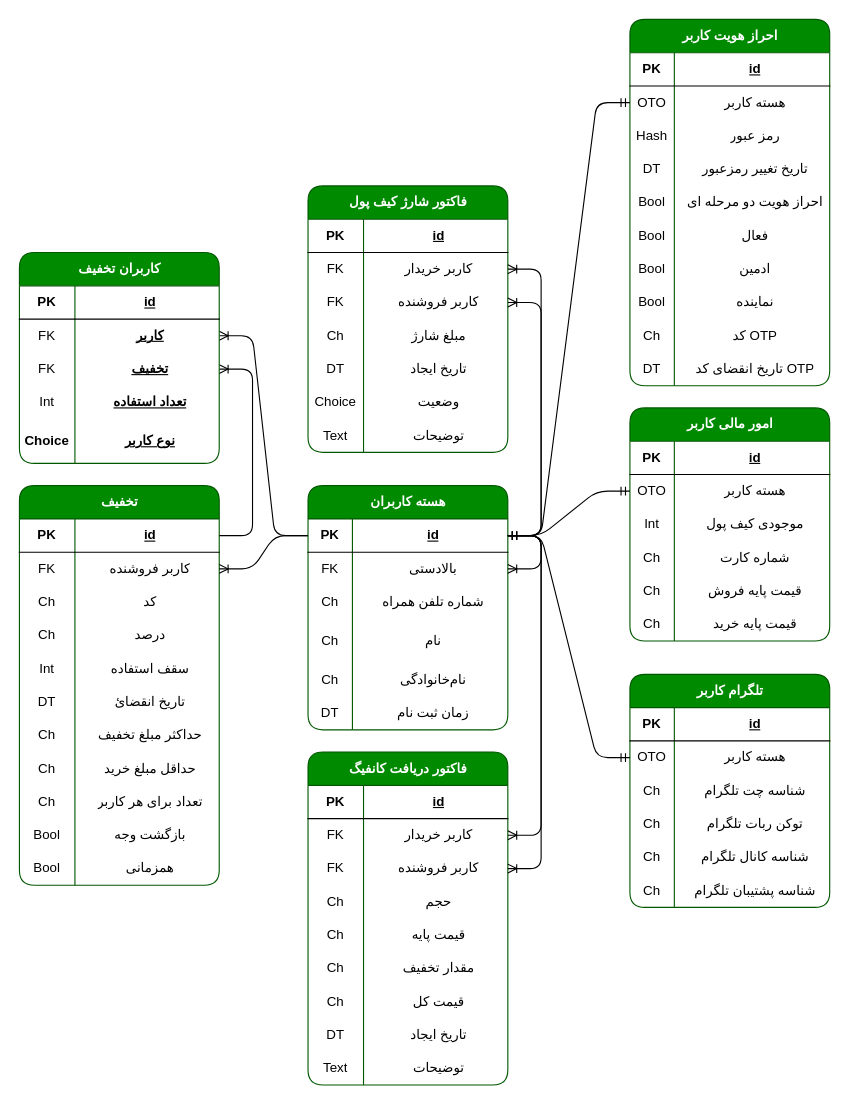
Above: DBMap.drawio in rasraz/representative_panel (draw.io), before the change. Source tidied: cells renumbered, new cells numbered last; positions are measured from the earlier drawing's top-left corner, leaving out a move shared by most shapes. Both pictures are drawn from the tidied source at 111%, with x=0, y=0 at pixel (19, 19).
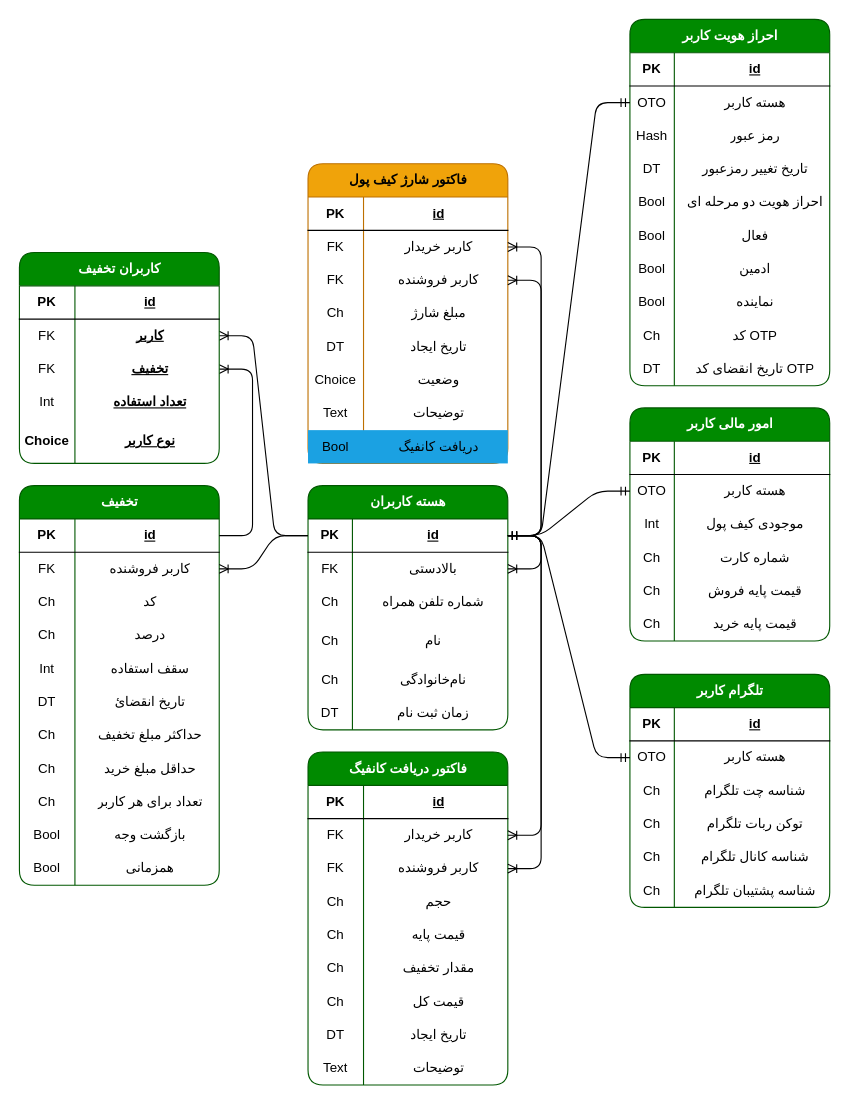
After the change.

The edit, as a diff of the source:
```diff
@@
-    <mxCell id="2" value="فاکتور شارژ کیف پول" style="shape=table;startSize=30;childLayout=tableLayout;rowLines=0;fontStyle=1;align=center;html=1;rounded=1;fillColor=#008a00;fontColor=#ffffff;strokeColor=#005700;swimlaneFillColor=default;" parent="1" vertex="1">
-      <mxGeometry x="260" y="150" width="180" height="240" as="geometry" />
+    <mxCell id="2" value="فاکتور شارژ کیف پول" style="shape=table;startSize=30;childLayout=tableLayout;rowLines=0;fontStyle=1;align=center;html=1;rounded=1;fillColor=#f0a30a;fontColor=#000000;strokeColor=#BD7000;swimlaneFillColor=default;" parent="1" vertex="1">
+      <mxGeometry x="260" y="130" width="180" height="270" as="geometry" />
     </mxCell>
@@
+    <mxCell id="201" style="shape=tableRow;horizontal=0;startSize=0;swimlaneHead=0;swimlaneBody=0;fillColor=#1ba1e2;top=0;left=0;right=0;bottom=0;swimlaneFillColor=default;fontColor=#ffffff;strokeColor=#006EAF;" parent="2" vertex="1">
+      <mxGeometry y="240" width="180" height="30" as="geometry" />
+    </mxCell>
+    <mxCell id="202" value="Bool" style="shape=partialRectangle;fillColor=none;top=0;left=0;bottom=0;right=0;overflow=hidden;whiteSpace=wrap;html=1;swimlaneFillColor=default;" parent="201" vertex="1">
+      <mxGeometry width="50" height="30" as="geometry" />
+    </mxCell>
+    <mxCell id="203" value="دریافت کانفیگ" style="shape=partialRectangle;fillColor=none;top=0;left=0;bottom=0;right=0;align=center;spacingLeft=6;overflow=hidden;whiteSpace=wrap;html=1;swimlaneFillColor=default;" parent="201" vertex="1">
+      <mxGeometry x="50" width="130" height="30" as="geometry" />
+    </mxCell>
```
